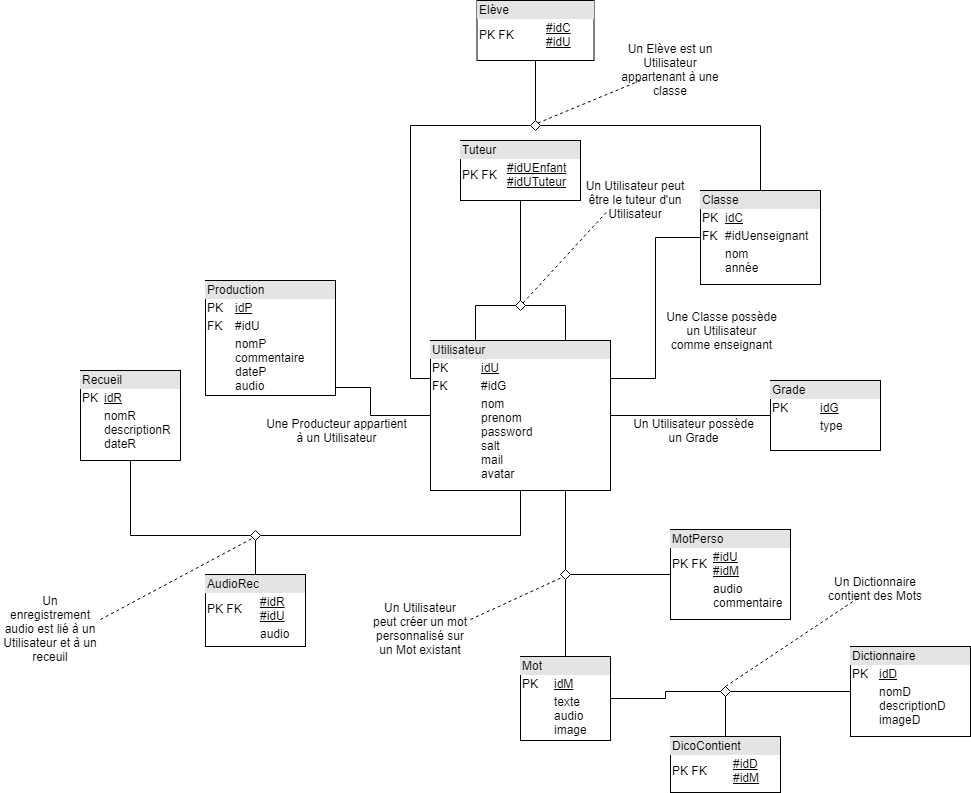
NunzioArdi/bibliovox keeps this draw.io diagram as doc/EtudePrealable/ModelisationBDD.png. Above is the earlier version. Source tidied: cells renumbered, new cells last; positions are measured from the earlier drawing's top-left corner, leaving out a move shared by most shapes.
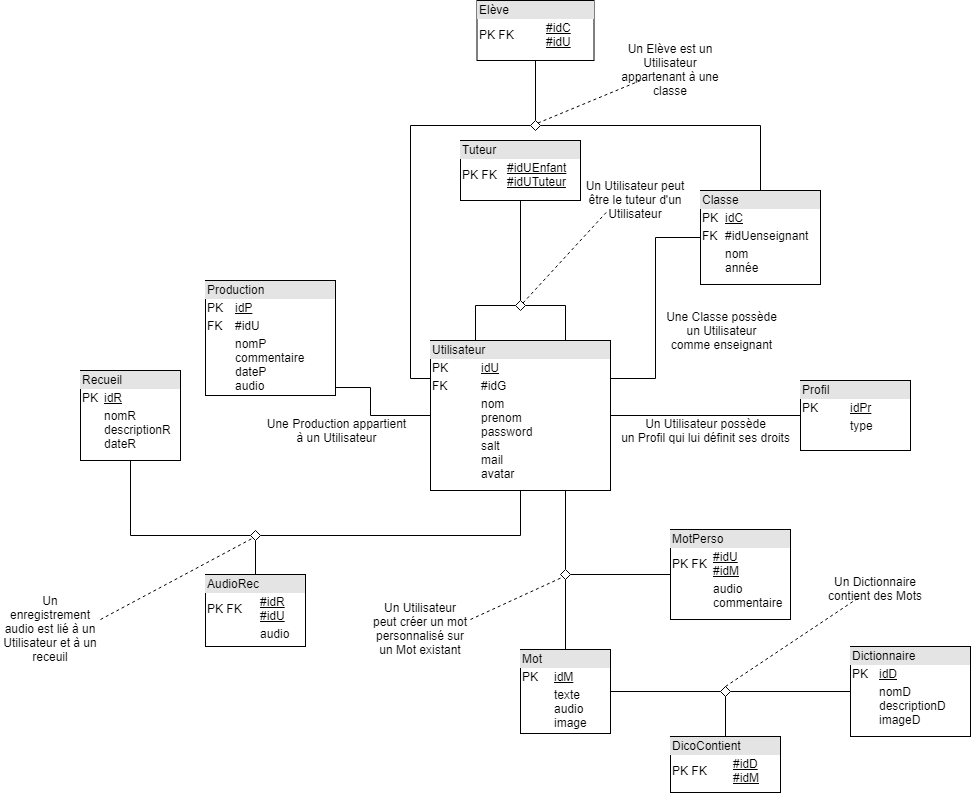
Above is the later version.

Commit message:
Correction schéma BDD

What changed in the source:
```diff
@@ -5,7 +5,7 @@
     <mxCell id="2" style="edgeStyle=orthogonalEdgeStyle;rounded=0;jettySize=auto;html=1;endArrow=none;endFill=0;" parent="1" edge="1" source="11" target="12">
       <mxGeometry relative="1" as="geometry" />
     </mxCell>
-    <mxCell id="3" value="Un Utilisateur possède&lt;br&gt;un Grade" style="text;html=1;align=center;verticalAlign=middle;labelBackgroundColor=#ffffff;" parent="2" vertex="1">
+    <mxCell id="3" value="Un Utilisateur possède&lt;br&gt;un Profil qui lui définit ses droits" style="text;html=1;align=center;verticalAlign=middle;labelBackgroundColor=#ffffff;" parent="2" vertex="1">
       <mxGeometry x="-0.22" y="3" relative="1" as="geometry">
         <mxPoint x="19" y="18" as="offset" />
       </mxGeometry>
@@ -48,8 +48,8 @@
     <mxCell id="11" value="&lt;div style=&quot;box-sizing: border-box ; width: 100% ; background: #e4e4e4 ; padding: 2px&quot;&gt;Utilisateur&lt;/div&gt;&lt;table style=&quot;width: 100% ; font-size: 1em&quot; cellspacing=&quot;0&quot; cellpadding=&quot;2&quot;&gt;&lt;tbody&gt;&lt;tr&gt;&lt;td&gt;PK&lt;/td&gt;&lt;td&gt;&lt;u&gt;idU&lt;/u&gt;&lt;/td&gt;&lt;/tr&gt;&lt;tr&gt;&lt;td&gt;FK&lt;/td&gt;&lt;td&gt;#idG&lt;/td&gt;&lt;/tr&gt;&lt;tr&gt;&lt;td&gt;&lt;br&gt;&lt;/td&gt;&lt;td&gt;nom&lt;br&gt;prenom&lt;br&gt;password&lt;br&gt;salt&lt;br&gt;mail&lt;br&gt;avatar&lt;/td&gt;&lt;/tr&gt;&lt;/tbody&gt;&lt;/table&gt;" style="verticalAlign=top;align=left;overflow=fill;html=1;" parent="1" vertex="1">
       <mxGeometry x="430" y="340" width="180" height="150" as="geometry" />
     </mxCell>
-    <mxCell id="12" value="&lt;div style=&quot;box-sizing: border-box ; width: 100% ; background: #e4e4e4 ; padding: 2px&quot;&gt;Grade&lt;/div&gt;&lt;table style=&quot;width: 100% ; font-size: 1em&quot; cellpadding=&quot;2&quot; cellspacing=&quot;0&quot;&gt;&lt;tbody&gt;&lt;tr&gt;&lt;td&gt;PK&lt;/td&gt;&lt;td&gt;&lt;u&gt;idG&lt;/u&gt;&lt;/td&gt;&lt;/tr&gt;&lt;tr&gt;&lt;td&gt;&lt;/td&gt;&lt;td&gt;type&lt;/td&gt;&lt;/tr&gt;&lt;/tbody&gt;&lt;/table&gt;" style="verticalAlign=top;align=left;overflow=fill;html=1;" parent="1" vertex="1">
-      <mxGeometry x="770" y="380" width="110" height="70" as="geometry" />
+    <mxCell id="12" value="&lt;div style=&quot;box-sizing: border-box ; width: 100% ; background: #e4e4e4 ; padding: 2px&quot;&gt;Profil&lt;/div&gt;&lt;table style=&quot;width: 100% ; font-size: 1em&quot; cellpadding=&quot;2&quot; cellspacing=&quot;0&quot;&gt;&lt;tbody&gt;&lt;tr&gt;&lt;td&gt;PK&lt;/td&gt;&lt;td&gt;&lt;u&gt;idPr&lt;/u&gt;&lt;/td&gt;&lt;/tr&gt;&lt;tr&gt;&lt;td&gt;&lt;/td&gt;&lt;td&gt;type&lt;/td&gt;&lt;/tr&gt;&lt;/tbody&gt;&lt;/table&gt;" style="verticalAlign=top;align=left;overflow=fill;html=1;" parent="1" vertex="1">
+      <mxGeometry x="800" y="380" width="110" height="70" as="geometry" />
     </mxCell>
     <mxCell id="13" style="edgeStyle=orthogonalEdgeStyle;rounded=0;jettySize=auto;html=1;entryX=0;entryY=0.5;entryDx=0;entryDy=0;endArrow=none;endFill=0;" parent="1" edge="1" source="15" target="20">
       <mxGeometry relative="1" as="geometry" />
@@ -58,7 +58,7 @@
       <mxGeometry relative="1" as="geometry" />
     </mxCell>
     <mxCell id="15" value="&lt;div style=&quot;box-sizing: border-box ; width: 100% ; background: #e4e4e4 ; padding: 2px&quot;&gt;Mot&lt;/div&gt;&lt;table style=&quot;width: 100% ; font-size: 1em&quot; cellpadding=&quot;2&quot; cellspacing=&quot;0&quot;&gt;&lt;tbody&gt;&lt;tr&gt;&lt;td&gt;PK&lt;/td&gt;&lt;td&gt;&lt;u&gt;idM&lt;/u&gt;&lt;/td&gt;&lt;/tr&gt;&lt;tr&gt;&lt;td&gt;&lt;br&gt;&lt;/td&gt;&lt;td&gt;texte&lt;br&gt;audio&lt;br&gt;image&lt;/td&gt;&lt;/tr&gt;&lt;tr&gt;&lt;td&gt;&lt;/td&gt;&lt;td&gt;&lt;br&gt;&lt;/td&gt;&lt;/tr&gt;&lt;/tbody&gt;&lt;/table&gt;" style="verticalAlign=top;align=left;overflow=fill;html=1;" parent="1" vertex="1">
-      <mxGeometry x="520" y="656" width="90" height="84" as="geometry" />
+      <mxGeometry x="520" y="649" width="90" height="84" as="geometry" />
     </mxCell>
     <mxCell id="16" style="edgeStyle=orthogonalEdgeStyle;rounded=0;jettySize=auto;html=1;entryX=1;entryY=0.5;entryDx=0;entryDy=0;endArrow=none;endFill=0;" parent="1" edge="1" source="17" target="20">
       <mxGeometry relative="1" as="geometry" />
@@ -92,7 +92,7 @@
         </Array>
       </mxGeometry>
     </mxCell>
-    <mxCell id="25" value="Une Producteur appartient&lt;br&gt;à un Utilisateur" style="text;html=1;align=center;verticalAlign=middle;labelBackgroundColor=#ffffff;" parent="24" vertex="1">
+    <mxCell id="25" value="Une Production appartient&lt;br&gt;à un Utilisateur" style="text;html=1;align=center;verticalAlign=middle;labelBackgroundColor=#ffffff;" parent="24" vertex="1">
       <mxGeometry x="-0.73" y="1" relative="1" as="geometry">
         <mxPoint x="-16.6" y="44.2" as="offset" />
       </mxGeometry>
```
